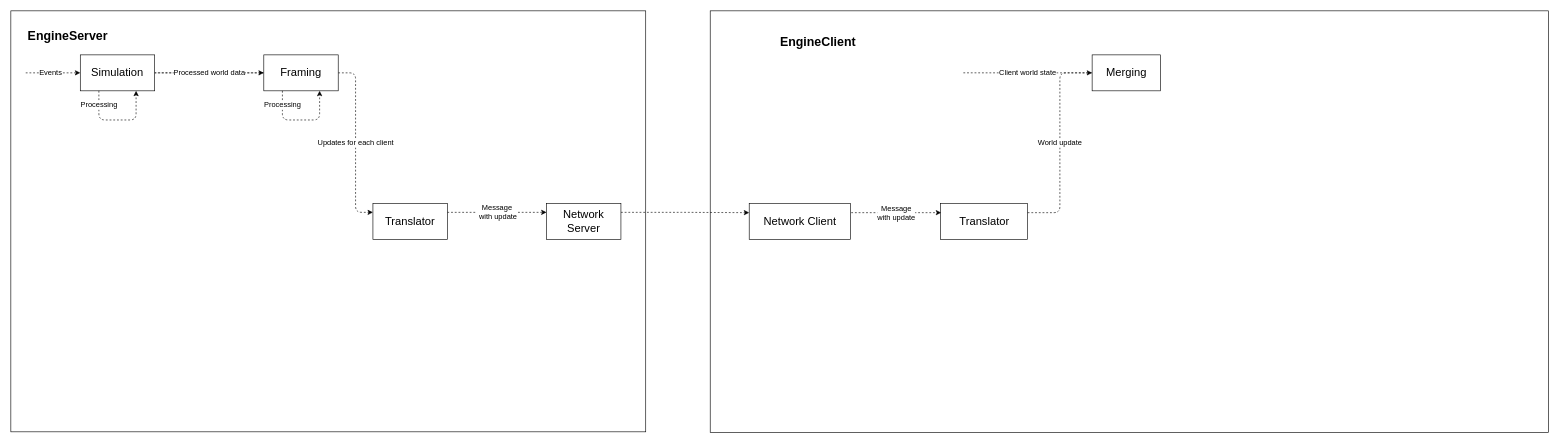
worldscapes/engine keeps this draw.io diagram as docs/Untitled Diagram.drawio. Above is the earlier version. Source tidied: cells renumbered, new cells numbered last; positions are measured from the earlier drawing's top-left corner, leaving out a move shared by most shapes. Both pictures are drawn from the tidied source at 62%, with x=0, y=0 at pixel (11, 11).
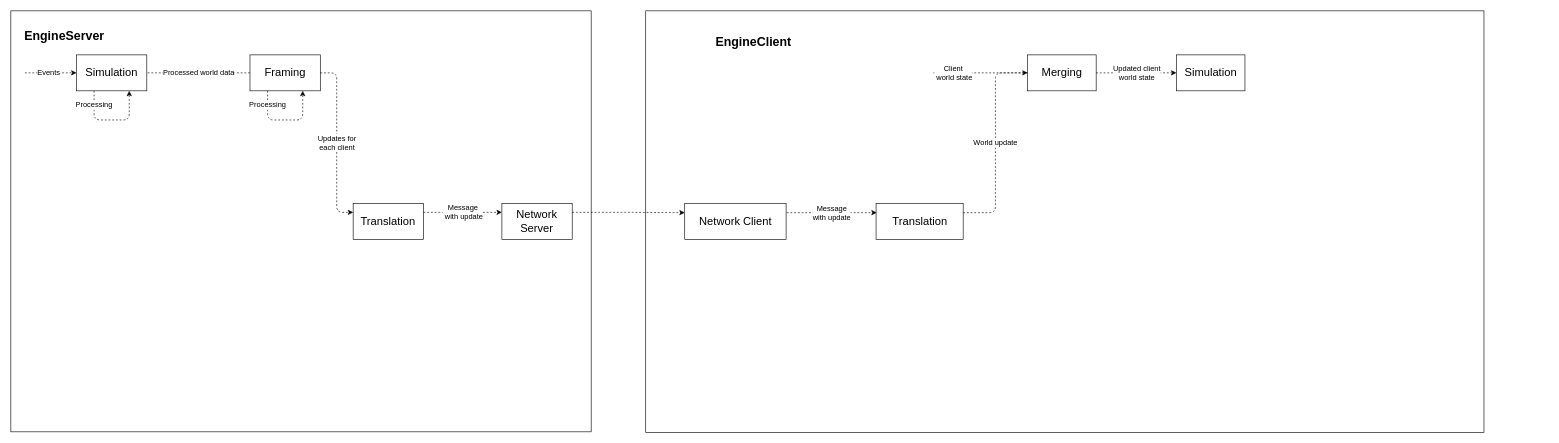
Above is the later version.

The edit, as a diff of the source:
```diff
@@
+    <mxCell id="25" style="group;" parent="1" vertex="1">
+      <mxGeometry width="936" height="679" as="geometry" />
+    </mxCell>
-    <mxCell id="2" style="whiteSpace=wrap;html=1;fontSize=16;rounded=0;" parent="1" vertex="1">
-      <mxGeometry width="1024" height="679" as="geometry" />
+    <mxCell id="2" style="whiteSpace=wrap;html=1;fontSize=16;rounded=0;" parent="25" vertex="1">
+      <mxGeometry width="936" height="679" as="geometry" />
     </mxCell>
-    <mxCell id="3" value="EngineServer" style="text;html=1;strokeColor=none;fillColor=none;align=center;verticalAlign=middle;whiteSpace=wrap;rounded=0;fontSize=20;fontStyle=1;" parent="1" vertex="1">
-      <mxGeometry x="32" y="25" width="120" height="30" as="geometry" />
+    <mxCell id="3" value="EngineServer" style="text;html=1;strokeColor=none;fillColor=none;align=center;verticalAlign=middle;whiteSpace=wrap;rounded=0;fontSize=20;fontStyle=1;" parent="25" vertex="1">
+      <mxGeometry x="30.2" y="25" width="113.4" height="30" as="geometry" />
     </mxCell>
-    <mxCell id="4" style="edgeStyle=orthogonalEdgeStyle;jettySize=auto;html=1;exitX=1;exitY=0.5;exitDx=0;exitDy=0;dashed=1;fontSize=15;" parent="1" edge="1" source="5" target="10">
-      <mxGeometry relative="1" as="geometry" />
-    </mxCell>
-    <mxCell id="5" value="Simulation" style="rounded=0;whiteSpace=wrap;html=1;fontSize=18;" parent="1" vertex="1">
-      <mxGeometry x="112" y="71" width="120" height="58" as="geometry" />
+    <mxCell id="5" value="Simulation" style="rounded=0;whiteSpace=wrap;html=1;fontSize=18;" parent="25" vertex="1">
+      <mxGeometry x="105.9" y="71" width="113.4" height="58" as="geometry" />
     </mxCell>
-    <mxCell id="6" value="Events" style="endArrow=classic;html=1;fontSize=12;entryX=0;entryY=0.5;entryDx=0;entryDy=0;dashed=1;" parent="1" edge="1" target="5">
+    <mxCell id="6" value="Events" style="endArrow=classic;html=1;fontSize=12;entryX=0;entryY=0.5;entryDx=0;entryDy=0;dashed=1;" parent="25" edge="1" target="5">
       <mxGeometry x="-0.09" relative="1" as="geometry">
-        <mxPoint x="24" y="100" as="sourcePoint" />
+        <mxPoint x="22.7" y="100" as="sourcePoint" />
       </mxGeometry>
     </mxCell>
-    <mxCell id="7" value="Processing" style="edgeStyle=orthogonalEdgeStyle;orthogonalLoop=1;jettySize=auto;html=1;exitX=0.25;exitY=1;exitDx=0;exitDy=0;entryX=0.75;entryY=1;entryDx=0;entryDy=0;dashed=1;fontSize=12;" parent="1" edge="1" source="5" target="5">
+    <mxCell id="7" value="Processing" style="edgeStyle=orthogonalEdgeStyle;orthogonalLoop=1;jettySize=auto;html=1;exitX=0.25;exitY=1;exitDx=0;exitDy=0;entryX=0.75;entryY=1;entryDx=0;entryDy=0;dashed=1;fontSize=12;" parent="25" edge="1" source="5" target="5">
       <mxGeometry x="-0.7" relative="1" as="geometry">
         <Array as="points">
-          <mxPoint x="142" y="176" />
-          <mxPoint x="202" y="176" />
+          <mxPoint x="134.2" y="176" />
+          <mxPoint x="191" y="176" />
         </Array>
       </mxGeometry>
     </mxCell>
-    <mxCell id="8" value="Processed world data" style="edgeStyle=orthogonalEdgeStyle;jettySize=auto;html=1;dashed=1;fontSize=12;endArrow=none;endFill=0;startArrow=none;startFill=0;" parent="1" edge="1" source="10" target="5">
+    <mxCell id="8" value="Processed world data" style="edgeStyle=orthogonalEdgeStyle;jettySize=auto;html=1;dashed=1;fontSize=12;endArrow=none;endFill=0;startArrow=none;startFill=0;" parent="25" edge="1" source="10" target="5">
       <mxGeometry relative="1" as="geometry" />
     </mxCell>
-    <mxCell id="9" value="Updates for each client" style="edgeStyle=orthogonalEdgeStyle;jettySize=auto;html=1;exitX=1;exitY=0.5;exitDx=0;exitDy=0;entryX=0;entryY=0.25;entryDx=0;entryDy=0;dashed=1;fontSize=12;startArrow=none;startFill=0;endArrow=classic;endFill=1;" parent="1" edge="1" source="10" target="13">
-      <mxGeometry relative="1" as="geometry" />
-    </mxCell>
-    <mxCell id="10" value="Framing" style="rounded=0;whiteSpace=wrap;html=1;fontSize=18;" parent="1" vertex="1">
-      <mxGeometry x="408" y="71" width="120" height="58" as="geometry" />
+    <mxCell id="10" value="Framing" style="rounded=0;whiteSpace=wrap;html=1;fontSize=18;" parent="25" vertex="1">
+      <mxGeometry x="385.7" y="71" width="113.4" height="58" as="geometry" />
     </mxCell>
-    <mxCell id="11" value="Processing" style="edgeStyle=orthogonalEdgeStyle;orthogonalLoop=1;jettySize=auto;html=1;exitX=0.25;exitY=1;exitDx=0;exitDy=0;entryX=0.75;entryY=1;entryDx=0;entryDy=0;dashed=1;fontSize=12;startArrow=none;startFill=0;endArrow=classic;endFill=1;" parent="1" edge="1" source="10" target="10">
+    <mxCell id="11" value="Processing" style="edgeStyle=orthogonalEdgeStyle;orthogonalLoop=1;jettySize=auto;html=1;exitX=0.25;exitY=1;exitDx=0;exitDy=0;entryX=0.75;entryY=1;entryDx=0;entryDy=0;dashed=1;fontSize=12;startArrow=none;startFill=0;endArrow=classic;endFill=1;" parent="25" edge="1" source="10" target="10">
       <mxGeometry x="-0.7" relative="1" as="geometry">
         <Array as="points">
-          <mxPoint x="438" y="176" />
-          <mxPoint x="498" y="176" />
+          <mxPoint x="414" y="176" />
+          <mxPoint x="470.8" y="176" />
         </Array>
       </mxGeometry>
     </mxCell>
+    <mxCell id="13" value="Translation" style="rounded=0;whiteSpace=wrap;html=1;fontSize=18;" parent="25" vertex="1">
+      <mxGeometry x="552.1" y="310.5" width="113.4" height="58" as="geometry" />
+    </mxCell>
+    <mxCell id="9" value="Updates for &lt;br&gt;each client" style="edgeStyle=orthogonalEdgeStyle;jettySize=auto;html=1;exitX=1;exitY=0.5;exitDx=0;exitDy=0;entryX=0;entryY=0.25;entryDx=0;entryDy=0;dashed=1;fontSize=12;startArrow=none;startFill=0;endArrow=classic;endFill=1;" parent="25" edge="1" source="10" target="13">
+      <mxGeometry relative="1" as="geometry" />
+    </mxCell>
+    <mxCell id="24" value="Network Server" style="rounded=0;whiteSpace=wrap;html=1;fontSize=18;" parent="25" vertex="1">
+      <mxGeometry x="792" y="310.5" width="113.4" height="58" as="geometry" />
+    </mxCell>
-    <mxCell id="12" value="Message&lt;br&gt;&amp;nbsp;with update" style="edgeStyle=orthogonalEdgeStyle;jettySize=auto;html=1;exitX=1;exitY=0.25;exitDx=0;exitDy=0;entryX=0;entryY=0.25;entryDx=0;entryDy=0;dashed=1;fontSize=12;startArrow=none;startFill=0;endArrow=classic;endFill=1;" parent="1" edge="1" source="13" target="24">
+    <mxCell id="12" value="Message&lt;br&gt;&amp;nbsp;with update" style="edgeStyle=orthogonalEdgeStyle;jettySize=auto;html=1;exitX=1;exitY=0.25;exitDx=0;exitDy=0;entryX=0;entryY=0.25;entryDx=0;entryDy=0;dashed=1;fontSize=12;startArrow=none;startFill=0;endArrow=classic;endFill=1;" parent="25" edge="1" source="13" target="24">
       <mxGeometry relative="1" as="geometry">
         <Array as="points">
-          <mxPoint x="784" y="325" />
-          <mxPoint x="784" y="325" />
+          <mxPoint x="741.1" y="325" />
+          <mxPoint x="741.1" y="325" />
         </Array>
       </mxGeometry>
     </mxCell>
-    <mxCell id="13" value="Translator" style="rounded=0;whiteSpace=wrap;html=1;fontSize=18;" parent="1" vertex="1">
-      <mxGeometry x="584" y="310.5" width="120" height="58" as="geometry" />
-    </mxCell>
-    <mxCell id="14" style="group;" parent="1" vertex="1">
-      <mxGeometry x="1128" width="1352" height="680" as="geometry" />
-    </mxCell>
+    <mxCell id="26" style="group;" parent="1" vertex="1">
+      <mxGeometry x="1024" width="1352" height="680" as="geometry" />
+    </mxCell>
-    <mxCell id="15" style="whiteSpace=wrap;html=1;fontSize=16;rounded=0;" parent="14" vertex="1">
+    <mxCell id="15" style="whiteSpace=wrap;html=1;fontSize=16;rounded=0;" parent="26" vertex="1">
       <mxGeometry width="1352" height="680" as="geometry" />
     </mxCell>
-    <mxCell id="16" value="Translator" style="rounded=0;whiteSpace=wrap;html=1;fontSize=18;" parent="15" vertex="1">
-      <mxGeometry x="371.5" y="311" width="140.5" height="58" as="geometry" />
-    </mxCell>
-    <mxCell id="17" value="EngineClient" style="text;html=1;strokeColor=none;fillColor=none;align=center;verticalAlign=middle;whiteSpace=wrap;rounded=0;fontSize=20;fontStyle=1;" parent="14" vertex="1">
+    <mxCell id="17" value="EngineClient" style="text;html=1;strokeColor=none;fillColor=none;align=center;verticalAlign=middle;whiteSpace=wrap;rounded=0;fontSize=20;fontStyle=1;" parent="26" vertex="1">
       <mxGeometry x="48.1" y="34" width="251.5" height="30" as="geometry" />
     </mxCell>
-    <mxCell id="18" value="Message &lt;br&gt;with update" style="edgeStyle=orthogonalEdgeStyle;orthogonalLoop=1;jettySize=auto;html=1;exitX=1;exitY=0.25;exitDx=0;exitDy=0;entryX=0;entryY=0.25;entryDx=0;entryDy=0;dashed=1;fontSize=12;startArrow=none;startFill=0;endArrow=classic;endFill=1;" parent="14" edge="1">
+    <mxCell id="18" value="Message &lt;br&gt;with update" style="edgeStyle=orthogonalEdgeStyle;orthogonalLoop=1;jettySize=auto;html=1;exitX=1;exitY=0.25;exitDx=0;exitDy=0;entryX=0;entryY=0.25;entryDx=0;entryDy=0;dashed=1;fontSize=12;startArrow=none;startFill=0;endArrow=classic;endFill=1;" parent="26" edge="1">
       <mxGeometry relative="1" as="geometry">
         <mxPoint x="227.4" y="325.5" as="sourcePoint" />
         <mxPoint x="372.5" y="325.5" as="targetPoint" />
       </mxGeometry>
     </mxCell>
-    <mxCell id="19" value="Network Client" style="rounded=0;whiteSpace=wrap;html=1;fontSize=18;" parent="14" vertex="1">
+    <mxCell id="19" value="Network Client" style="rounded=0;whiteSpace=wrap;html=1;fontSize=18;" parent="26" vertex="1">
       <mxGeometry x="62.9" y="311" width="163.5" height="58" as="geometry" />
     </mxCell>
-    <mxCell id="20" value="Merging" style="rounded=0;whiteSpace=wrap;html=1;fontSize=18;" parent="14" vertex="1">
+    <mxCell id="20" value="Merging" style="rounded=0;whiteSpace=wrap;html=1;fontSize=18;" parent="26" vertex="1">
       <mxGeometry x="616" y="71" width="110.5" height="58" as="geometry" />
     </mxCell>
-    <mxCell id="21" value="World update" style="edgeStyle=orthogonalEdgeStyle;jettySize=auto;html=1;exitX=1;exitY=0.25;exitDx=0;exitDy=0;entryX=0;entryY=0.5;entryDx=0;entryDy=0;dashed=1;fontSize=12;startArrow=none;startFill=0;endArrow=classic;endFill=1;" parent="14" edge="1" source="16" target="20">
+    <mxCell id="21" value="World update" style="edgeStyle=orthogonalEdgeStyle;jettySize=auto;html=1;exitX=1;exitY=0.25;exitDx=0;exitDy=0;entryX=0;entryY=0.5;entryDx=0;entryDy=0;dashed=1;fontSize=12;startArrow=none;startFill=0;endArrow=classic;endFill=1;" parent="26" edge="1" source="16" target="20">
       <mxGeometry relative="1" as="geometry" />
     </mxCell>
-    <mxCell id="22" value="Client world state" style="endArrow=none;dashed=1;html=1;fontSize=12;entryX=0;entryY=0.5;entryDx=0;entryDy=0;exitX=0.302;exitY=0.147;exitDx=0;exitDy=0;exitPerimeter=0;" parent="14" edge="1" source="15" target="20">
-      <mxGeometry relative="1" as="geometry" />
+    <mxCell id="22" value="Client&lt;br&gt;&amp;nbsp;world state" style="endArrow=none;dashed=1;html=1;fontSize=12;entryX=0;entryY=0.5;entryDx=0;entryDy=0;" parent="26" edge="1" target="20">
+      <mxGeometry x="-0.58" relative="1" as="geometry">
+        <mxPoint x="464" y="100" as="sourcePoint" />
+      </mxGeometry>
     </mxCell>
+    <mxCell id="27" value="Simulation" style="rounded=0;whiteSpace=wrap;html=1;fontSize=18;" parent="26" vertex="1">
+      <mxGeometry x="856" y="71" width="110.5" height="58" as="geometry" />
+    </mxCell>
+    <mxCell id="28" value="Updated client&lt;br&gt;world state" style="edgeStyle=orthogonalEdgeStyle;jettySize=auto;html=1;exitX=1;exitY=0.5;exitDx=0;exitDy=0;entryX=0;entryY=0.5;entryDx=0;entryDy=0;dashed=1;fontSize=12;startArrow=none;startFill=0;endArrow=classic;endFill=1;" parent="26" edge="1" source="20" target="27">
+      <mxGeometry relative="1" as="geometry" />
+    </mxCell>
+    <mxCell id="16" value="Translation" style="rounded=0;whiteSpace=wrap;html=1;fontSize=18;" parent="26" vertex="1">
+      <mxGeometry x="371.5" y="311" width="140.5" height="58" as="geometry" />
+    </mxCell>
@@
-    <mxCell id="24" value="Network Server" style="rounded=0;whiteSpace=wrap;html=1;fontSize=18;" parent="1" vertex="1">
-      <mxGeometry x="864" y="310.5" width="120" height="58" as="geometry" />
-    </mxCell>
```
